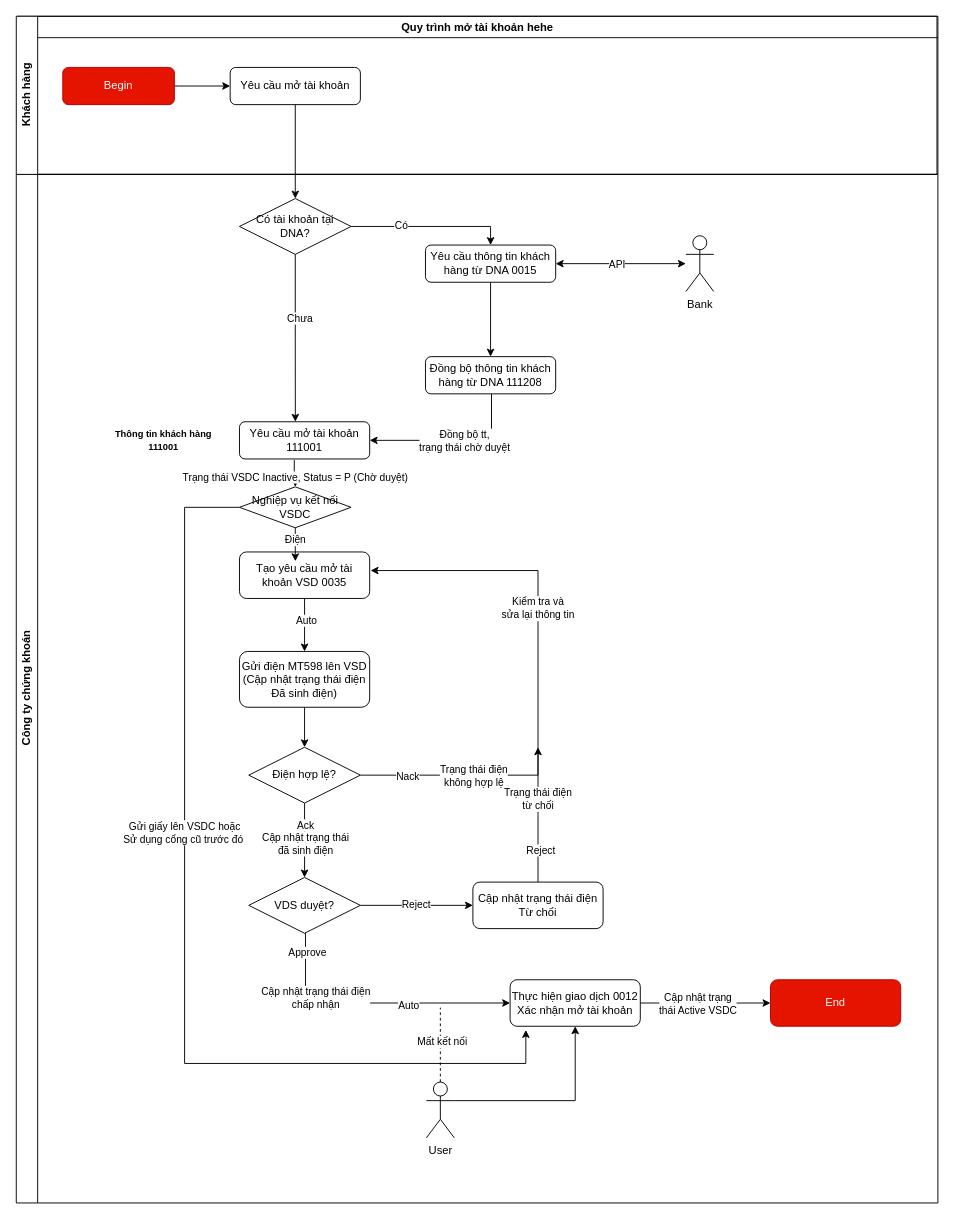
Before: page "Lưu ký chứng khoán" (2 of 5) of resources/diagrams/Quản lý chứng khoán.drawio in luyenhaidangit/flex, a draw.io diagram. Source tidied: cells renumbered, new cells numbered last; positions are measured from the earlier drawing's top-left corner, leaving out a move shared by most shapes. Both pictures are drawn from the tidied source at 93%, with x=0, y=0 at pixel (16, 16).
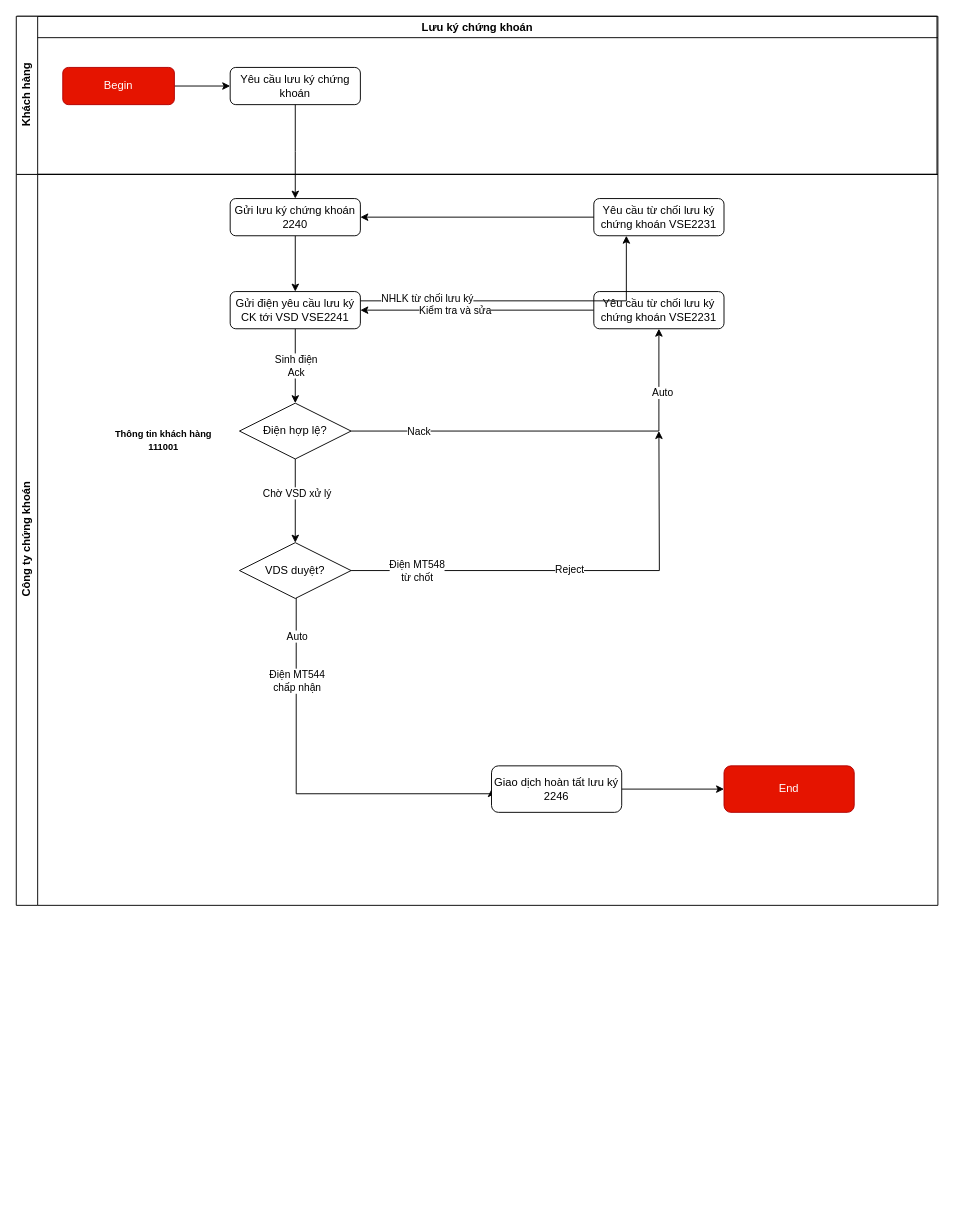
The same diagram, later.

Commit message (it also covers changes not shown here):
Cập nhật Quản lý chứng khoán.drawio

The change refers to these unchanged cells:
```xml
<mxCell id="30" style="edgeStyle=orthogonalEdgeStyle;rounded=0;jettySize=auto;html=1;entryX=0;entryY=0.5;entryDx=0;entryDy=0;" parent="2" edge="1" source="32" target="33">
  <mxGeometry relative="1" as="geometry" />
</mxCell>
<mxCell id="56" value="Khách hàng" style="swimlane;horizontal=0;whiteSpace=wrap;html=1;" parent="55" vertex="1">
  <mxGeometry x="-1" width="990" height="170" as="geometry" />
</mxCell>
```

Change to the diagram source:
```diff
@@
     <mxCell id="2" value="Công ty chứng khoán" style="swimlane;horizontal=0;whiteSpace=wrap;html=1;" parent="1" vertex="1">
-      <mxGeometry y="170" width="991" height="1106" as="geometry" />
+      <mxGeometry y="170" width="991" height="786" as="geometry" />
     </mxCell>
-    <mxCell id="3" style="edgeStyle=orthogonalEdgeStyle;rounded=0;jettySize=auto;html=1;exitX=0.421;exitY=1.025;exitDx=0;exitDy=0;exitPerimeter=0;" parent="2" edge="1" source="5" target="48">
-      <mxGeometry relative="1" as="geometry" />
-    </mxCell>
-    <mxCell id="4" value="Trạng thái VSDC Inactive, Status = P (Chờ duyệt)" style="edgeLabel;html=1;align=center;verticalAlign=middle;" parent="3" vertex="1">
-      <mxGeometry x="0.33" y="-1" relative="1" as="geometry" />
-    </mxCell>
-    <mxCell id="5" value="Yêu cầu mở tài khoản 111001" style="rounded=1;whiteSpace=wrap;html=1;fontSize=12;glass=0;strokeWidth=1;shadow=0;" parent="2" vertex="1">
-      <mxGeometry x="240" y="266" width="140" height="40" as="geometry" />
-    </mxCell>
-    <mxCell id="6" style="edgeStyle=orthogonalEdgeStyle;rounded=0;jettySize=auto;html=1;" parent="2" edge="1" source="8" target="10">
-      <mxGeometry relative="1" as="geometry" />
-    </mxCell>
+    <mxCell id="15" style="edgeStyle=orthogonalEdgeStyle;rounded=0;jettySize=auto;html=1;" parent="2" edge="1" source="18" target="25">
+      <mxGeometry relative="1" as="geometry" />
+    </mxCell>
+    <mxCell id="63" value="Chờ VSD xử lý" style="edgeLabel;html=1;align=center;verticalAlign=middle;" parent="15" vertex="1">
+      <mxGeometry x="-0.2" y="1" relative="1" as="geometry" />
+    </mxCell>
+    <mxCell id="64" style="edgeStyle=orthogonalEdgeStyle;rounded=0;jettySize=auto;html=1;entryX=0.5;entryY=1;entryDx=0;entryDy=0;" parent="2" edge="1" source="18" target="73">
+      <mxGeometry relative="1" as="geometry" />
+    </mxCell>
+    <mxCell id="12" value="Nack" style="edgeLabel;html=1;align=center;verticalAlign=middle;" parent="64" vertex="1">
+      <mxGeometry x="-0.76" y="-2" relative="1" as="geometry">
+        <mxPoint x="19" y="-2" as="offset" />
+      </mxGeometry>
+    </mxCell>
-    <mxCell id="7" value="Auto" style="edgeLabel;html=1;align=center;verticalAlign=middle;" parent="6" vertex="1">
-      <mxGeometry x="-0.2" y="1" relative="1" as="geometry" />
+    <mxCell id="7" value="Auto" style="edgeLabel;html=1;align=center;verticalAlign=middle;" parent="64" vertex="1">
+      <mxGeometry x="0.69" y="-3" relative="1" as="geometry" />
     </mxCell>
-    <mxCell id="8" value="Tạo yêu cầu mở tài khoản VSD 0035" style="rounded=1;whiteSpace=wrap;html=1;fontSize=12;glass=0;strokeWidth=1;shadow=0;" parent="2" vertex="1">
-      <mxGeometry x="240" y="406" width="140" height="50" as="geometry" />
-    </mxCell>
-    <mxCell id="9" style="edgeStyle=orthogonalEdgeStyle;rounded=0;jettySize=auto;html=1;" parent="2" edge="1" source="10" target="18">
-      <mxGeometry relative="1" as="geometry" />
-    </mxCell>
-    <mxCell id="10" value="Gửi điện MT598 lên VSD&lt;br&gt;(Cập nhật trạng thái điện Đã sinh điện)" style="rounded=1;whiteSpace=wrap;html=1;fontSize=12;glass=0;strokeWidth=1;shadow=0;" parent="2" vertex="1">
-      <mxGeometry x="240" y="513" width="140" height="60" as="geometry" />
-    </mxCell>
-    <mxCell id="11" style="edgeStyle=orthogonalEdgeStyle;rounded=0;jettySize=auto;html=1;" parent="2" edge="1" source="18">
-      <mxGeometry relative="1" as="geometry">
-        <mxPoint x="381" y="426" as="targetPoint" />
-        <Array as="points">
-          <mxPoint x="561" y="646" />
-          <mxPoint x="561" y="426" />
-          <mxPoint x="381" y="426" />
-        </Array>
-      </mxGeometry>
-    </mxCell>
-    <mxCell id="12" value="Nack" style="edgeLabel;html=1;align=center;verticalAlign=middle;" parent="11" vertex="1">
-      <mxGeometry x="-0.68" y="-1" relative="1" as="geometry">
-        <mxPoint x="-45" as="offset" />
-      </mxGeometry>
-    </mxCell>
-    <mxCell id="13" value="Kiểm tra và &lt;br&gt;sửa lại thông tin" style="edgeLabel;html=1;align=center;verticalAlign=middle;" parent="11" vertex="1">
-      <mxGeometry x="0.04" y="1" relative="1" as="geometry">
-        <mxPoint y="-64" as="offset" />
-      </mxGeometry>
-    </mxCell>
-    <mxCell id="14" value="Trạng thái điện&lt;br&gt;không hợp lệ" style="edgeLabel;html=1;align=center;verticalAlign=middle;" parent="11" vertex="1">
-      <mxGeometry x="-0.54" relative="1" as="geometry">
-        <mxPoint x="-15" as="offset" />
-      </mxGeometry>
-    </mxCell>
-    <mxCell id="15" style="edgeStyle=orthogonalEdgeStyle;rounded=0;jettySize=auto;html=1;entryX=0.5;entryY=0;entryDx=0;entryDy=0;" parent="2" edge="1" source="18" target="25">
-      <mxGeometry relative="1" as="geometry" />
-    </mxCell>
-    <mxCell id="16" value="Ack" style="edgeLabel;html=1;align=center;verticalAlign=middle;" parent="15" vertex="1">
-      <mxGeometry x="-0.42" relative="1" as="geometry" />
-    </mxCell>
-    <mxCell id="17" value="Cập nhật trạng thái&lt;br&gt;đã sinh điện" style="edgeLabel;html=1;align=center;verticalAlign=middle;" parent="15" vertex="1">
-      <mxGeometry x="0.07" relative="1" as="geometry" />
-    </mxCell>
     <mxCell id="18" value="Điện hợp lệ?" style="rhombus;whiteSpace=wrap;html=1;" parent="2" vertex="1">
-      <mxGeometry x="250" y="616" width="120" height="60" as="geometry" />
+      <mxGeometry x="240" y="246" width="120" height="60" as="geometry" />
     </mxCell>
-    <mxCell id="19" style="edgeStyle=orthogonalEdgeStyle;rounded=0;jettySize=auto;html=1;entryX=0;entryY=0.5;entryDx=0;entryDy=0;" parent="2" edge="1" source="25" target="29">
-      <mxGeometry relative="1" as="geometry" />
+    <mxCell id="19" style="edgeStyle=orthogonalEdgeStyle;rounded=0;jettySize=auto;html=1;" parent="2" edge="1" source="25">
+      <mxGeometry relative="1" as="geometry">
+        <mxPoint x="691" y="276" as="targetPoint" />
+      </mxGeometry>
     </mxCell>
@@
+    <mxCell id="65" value="Điện MT548&lt;br&gt;từ chốt" style="edgeLabel;html=1;align=center;verticalAlign=middle;" parent="19" vertex="1">
+      <mxGeometry x="-0.87" relative="1" as="geometry">
+        <mxPoint x="39" as="offset" />
+      </mxGeometry>
+    </mxCell>
     <mxCell id="21" style="edgeStyle=orthogonalEdgeStyle;rounded=0;jettySize=auto;html=1;entryX=0;entryY=0.5;entryDx=0;entryDy=0;" parent="2" edge="1" source="25" target="32">
       <mxGeometry relative="1" as="geometry">
         <Array as="points">
-          <mxPoint x="311" y="891" />
+          <mxPoint x="301" y="666" />
+          <mxPoint x="511" y="666" />
         </Array>
       </mxGeometry>
     </mxCell>
-    <mxCell id="22" value="Approve" style="edgeLabel;html=1;align=center;verticalAlign=middle;" parent="21" vertex="1">
-      <mxGeometry x="-0.17" y="2" relative="1" as="geometry">
-        <mxPoint x="-46" y="-53" as="offset" />
-      </mxGeometry>
-    </mxCell>
     <mxCell id="23" value="Auto" style="edgeLabel;html=1;align=center;verticalAlign=middle;" parent="21" vertex="1">
       <mxGeometry x="0.52" y="-2" relative="1" as="geometry">
-        <mxPoint x="-39" as="offset" />
+        <mxPoint x="-112" y="-172" as="offset" />
       </mxGeometry>
     </mxCell>
-    <mxCell id="24" value="Cập nhật trạng thái điện&lt;br&gt;chấp nhận" style="edgeLabel;html=1;align=center;verticalAlign=middle;" parent="21" vertex="1">
+    <mxCell id="24" value="Điện MT544&lt;br&gt;chấp nhận" style="edgeLabel;html=1;align=center;verticalAlign=middle;" parent="21" vertex="1">
       <mxGeometry x="-0.66" y="-4" relative="1" as="geometry">
-        <mxPoint x="14" y="20" as="offset" />
+        <mxPoint x="4" y="17" as="offset" />
       </mxGeometry>
     </mxCell>
     <mxCell id="25" value="VDS duyệt?" style="rhombus;whiteSpace=wrap;html=1;" parent="2" vertex="1">
-      <mxGeometry x="250" y="756" width="120" height="60" as="geometry" />
+      <mxGeometry x="240" y="396" width="120" height="60" as="geometry" />
     </mxCell>
-    <mxCell id="26" style="edgeStyle=orthogonalEdgeStyle;rounded=0;jettySize=auto;html=1;" parent="2" edge="1" source="29">
-      <mxGeometry relative="1" as="geometry">
-        <mxPoint x="561" y="616" as="targetPoint" />
-      </mxGeometry>
-    </mxCell>
-    <mxCell id="27" value="Reject" style="edgeLabel;html=1;align=center;verticalAlign=middle;" parent="26" vertex="1">
-      <mxGeometry x="-0.11" y="-2" relative="1" as="geometry">
-        <mxPoint y="30" as="offset" />
-      </mxGeometry>
-    </mxCell>
-    <mxCell id="28" value="Trạng thái điện&lt;br&gt;từ chối" style="edgeLabel;html=1;align=center;verticalAlign=middle;" parent="26" vertex="1">
-      <mxGeometry x="0.24" y="1" relative="1" as="geometry" />
-    </mxCell>
-    <mxCell id="29" value="Cập nhật trạng thái điện&lt;br&gt;Từ chối" style="rounded=1;whiteSpace=wrap;html=1;fontSize=12;glass=0;strokeWidth=1;shadow=0;" parent="2" vertex="1">
-      <mxGeometry x="491" y="761" width="140" height="50" as="geometry" />
-    </mxCell>
@@
-    <mxCell id="31" value="Cập nhật trạng&lt;br&gt;thái Active VSDC" style="edgeLabel;html=1;align=center;verticalAlign=middle;" parent="30" vertex="1">
-      <mxGeometry x="-0.13" relative="1" as="geometry" />
-    </mxCell>
-    <mxCell id="32" value="Thực hiện giao dịch 0012&lt;br&gt;Xác nhận mở tài khoản" style="rounded=1;whiteSpace=wrap;html=1;fontSize=12;glass=0;strokeWidth=1;shadow=0;" parent="2" vertex="1">
-      <mxGeometry x="531" y="866" width="140" height="50" as="geometry" />
+    <mxCell id="32" value="Giao dịch hoàn tất lưu ký&lt;br&gt;2246" style="rounded=1;whiteSpace=wrap;html=1;fontSize=12;glass=0;strokeWidth=1;shadow=0;" parent="2" vertex="1">
+      <mxGeometry x="511" y="636" width="140" height="50" as="geometry" />
     </mxCell>
     <mxCell id="33" value="End" style="rounded=1;whiteSpace=wrap;html=1;fontSize=12;glass=0;strokeWidth=1;shadow=0;fillColor=#e51400;fontColor=#ffffff;strokeColor=#B20000;" parent="2" vertex="1">
-      <mxGeometry x="811" y="866" width="140" height="50" as="geometry" />
+      <mxGeometry x="761" y="636" width="140" height="50" as="geometry" />
     </mxCell>
-    <mxCell id="34" style="edgeStyle=orthogonalEdgeStyle;rounded=0;jettySize=auto;html=1;entryX=0.5;entryY=0;entryDx=0;entryDy=0;" parent="2" edge="1" source="36" target="38">
-      <mxGeometry relative="1" as="geometry" />
-    </mxCell>
-    <mxCell id="35" value="Có" style="edgeLabel;html=1;align=center;verticalAlign=middle;" parent="34" vertex="1">
-      <mxGeometry x="-0.38" y="2" relative="1" as="geometry" />
-    </mxCell>
-    <mxCell id="36" value="Có tài khoản tại DNA?" style="rhombus;whiteSpace=wrap;html=1;" parent="2" vertex="1">
-      <mxGeometry x="240" y="26" width="120" height="60" as="geometry" />
-    </mxCell>
-    <mxCell id="37" style="edgeStyle=orthogonalEdgeStyle;rounded=0;jettySize=auto;html=1;entryX=0.5;entryY=0;entryDx=0;entryDy=0;" parent="2" edge="1" source="38" target="43">
-      <mxGeometry relative="1" as="geometry" />
-    </mxCell>
-    <mxCell id="38" value="Yêu cầu thông tin khách hàng từ DNA 0015" style="rounded=1;whiteSpace=wrap;html=1;fontSize=12;glass=0;strokeWidth=1;shadow=0;" parent="2" vertex="1">
-      <mxGeometry x="440" y="76" width="140" height="40" as="geometry" />
-    </mxCell>
-    <mxCell id="39" style="edgeStyle=orthogonalEdgeStyle;rounded=0;jettySize=auto;html=1;entryX=0.429;entryY=0;entryDx=0;entryDy=0;entryPerimeter=0;" parent="2" edge="1" source="36" target="5">
-      <mxGeometry relative="1" as="geometry" />
-    </mxCell>
-    <mxCell id="40" value="Chưa" style="edgeLabel;html=1;align=center;verticalAlign=middle;" parent="39" vertex="1">
-      <mxGeometry x="-0.24" y="4" relative="1" as="geometry" />
-    </mxCell>
-    <mxCell id="41" style="edgeStyle=orthogonalEdgeStyle;rounded=0;jettySize=auto;html=1;entryX=1;entryY=0.5;entryDx=0;entryDy=0;" parent="2" edge="1" source="43" target="5">
-      <mxGeometry relative="1" as="geometry">
-        <Array as="points">
-          <mxPoint x="511" y="286" />
-        </Array>
-      </mxGeometry>
-    </mxCell>
-    <mxCell id="42" value="Đồng bộ tt, &lt;br&gt;trạng thái chờ duyệt" style="edgeLabel;html=1;align=center;verticalAlign=middle;" parent="41" vertex="1">
-      <mxGeometry x="-0.12" relative="1" as="geometry" />
-    </mxCell>
-    <mxCell id="43" value="Đồng bộ thông tin khách hàng từ DNA 111208" style="rounded=1;whiteSpace=wrap;html=1;fontSize=12;glass=0;strokeWidth=1;shadow=0;" parent="2" vertex="1">
-      <mxGeometry x="440" y="196" width="140" height="40" as="geometry" />
-    </mxCell>
-    <mxCell id="44" value="Bank" style="shape=umlActor;verticalLabelPosition=bottom;verticalAlign=top;html=1;outlineConnect=0;" parent="2" vertex="1">
-      <mxGeometry x="720" y="66" width="30" height="60" as="geometry" />
-    </mxCell>
-    <mxCell id="45" style="endArrow=classic;startArrow=classic;html=1;rounded=0;exitX=1;exitY=0.5;exitDx=0;exitDy=0;" parent="2" edge="1" source="38" target="44">
-      <mxGeometry relative="1" as="geometry" />
-    </mxCell>
-    <mxCell id="46" value="API" style="edgeLabel;html=1;align=center;verticalAlign=middle;" parent="45" vertex="1">
-      <mxGeometry x="-0.07" relative="1" as="geometry" />
-    </mxCell>
@@
-    <mxCell id="48" value="Nghiệp vụ kết nối VSDC" style="rhombus;whiteSpace=wrap;html=1;" parent="2" vertex="1">
-      <mxGeometry x="240" y="336" width="120" height="44" as="geometry" />
-    </mxCell>
-    <mxCell id="49" style="edgeStyle=orthogonalEdgeStyle;rounded=0;jettySize=auto;html=1;entryX=0.429;entryY=0.2;entryDx=0;entryDy=0;entryPerimeter=0;" parent="2" edge="1" source="48" target="8">
-      <mxGeometry relative="1" as="geometry" />
-    </mxCell>
-    <mxCell id="50" value="Điện" style="edgeLabel;html=1;align=center;verticalAlign=middle;" parent="49" vertex="1">
-      <mxGeometry x="-0.39" y="-1" relative="1" as="geometry">
-        <mxPoint y="1" as="offset" />
-      </mxGeometry>
-    </mxCell>
-    <mxCell id="51" style="edgeStyle=orthogonalEdgeStyle;rounded=0;jettySize=auto;html=1;entryX=0.121;entryY=1.08;entryDx=0;entryDy=0;entryPerimeter=0;exitX=0;exitY=0.5;exitDx=0;exitDy=0;" parent="2" edge="1" source="48" target="32">
-      <mxGeometry relative="1" as="geometry">
-        <Array as="points">
-          <mxPoint x="181" y="358" />
-          <mxPoint x="181" y="956" />
-          <mxPoint x="548" y="956" />
-        </Array>
-      </mxGeometry>
-    </mxCell>
-    <mxCell id="52" value="Gửi giấy lên VSDC hoặc&lt;br&gt;Sử dụng cổng cũ trước đó&amp;nbsp;" style="edgeLabel;html=1;align=center;verticalAlign=middle;" parent="51" vertex="1">
-      <mxGeometry x="-0.23" y="-1" relative="1" as="geometry" />
-    </mxCell>
-    <mxCell id="53" value="User" style="shape=umlActor;verticalLabelPosition=bottom;verticalAlign=top;html=1;outlineConnect=0;" parent="2" vertex="1">
-      <mxGeometry x="441" y="976" width="30" height="60" as="geometry" />
-    </mxCell>
-    <mxCell id="54" style="endArrow=classic;html=1;rounded=0;entryX=0.5;entryY=1;entryDx=0;entryDy=0;exitX=1;exitY=0.3333333333333333;exitDx=0;exitDy=0;exitPerimeter=0;" parent="2" edge="1" source="53" target="32">
-      <mxGeometry relative="1" as="geometry">
-        <Array as="points">
-          <mxPoint x="601" y="996" />
-        </Array>
-      </mxGeometry>
-    </mxCell>
+    <mxCell id="66" style="edgeStyle=orthogonalEdgeStyle;rounded=0;jettySize=auto;html=1;" parent="2" edge="1" source="67" target="70">
+      <mxGeometry relative="1" as="geometry" />
+    </mxCell>
+    <mxCell id="67" value="Gửi lưu ký chứng khoán 2240" style="rounded=1;whiteSpace=wrap;html=1;fontSize=12;glass=0;strokeWidth=1;shadow=0;" parent="2" vertex="1">
+      <mxGeometry x="230" y="26" width="140" height="40" as="geometry" />
+    </mxCell>
+    <mxCell id="68" style="edgeStyle=orthogonalEdgeStyle;rounded=0;jettySize=auto;html=1;entryX=0.5;entryY=0;entryDx=0;entryDy=0;" parent="2" edge="1" source="70" target="18">
+      <mxGeometry relative="1" as="geometry" />
+    </mxCell>
+    <mxCell id="69" value="Sinh điện&lt;br&gt;Ack" style="edgeLabel;html=1;align=center;verticalAlign=middle;" parent="68" vertex="1">
+      <mxGeometry x="-0.03" relative="1" as="geometry" />
+    </mxCell>
+    <mxCell id="70" value="Gửi điện yêu cầu lưu ký CK tới VSD VSE2241" style="rounded=1;whiteSpace=wrap;html=1;fontSize=12;glass=0;strokeWidth=1;shadow=0;" parent="2" vertex="1">
+      <mxGeometry x="230" y="126" width="140" height="40" as="geometry" />
+    </mxCell>
+    <mxCell id="71" style="edgeStyle=orthogonalEdgeStyle;rounded=0;jettySize=auto;html=1;entryX=1;entryY=0.5;entryDx=0;entryDy=0;" parent="2" edge="1" source="73" target="70">
+      <mxGeometry relative="1" as="geometry" />
+    </mxCell>
+    <mxCell id="72" value="Kiểm tra và sửa" style="edgeLabel;html=1;align=center;verticalAlign=middle;" parent="71" vertex="1">
+      <mxGeometry x="0.32" y="3" relative="1" as="geometry">
+        <mxPoint x="16" y="-3" as="offset" />
+      </mxGeometry>
+    </mxCell>
+    <mxCell id="73" value="Yêu cầu từ chối lưu ký chứng khoán VSE2231" style="rounded=1;whiteSpace=wrap;html=1;fontSize=12;glass=0;strokeWidth=1;shadow=0;" parent="2" vertex="1">
+      <mxGeometry x="621" y="126" width="140" height="40" as="geometry" />
+    </mxCell>
+    <mxCell id="74" value="Yêu cầu từ chối lưu ký chứng khoán VSE2231" style="rounded=1;whiteSpace=wrap;html=1;fontSize=12;glass=0;strokeWidth=1;shadow=0;" parent="2" vertex="1">
+      <mxGeometry x="621" y="26" width="140" height="40" as="geometry" />
+    </mxCell>
+    <mxCell id="75" style="endArrow=classic;html=1;rounded=0;exitX=1;exitY=0.25;exitDx=0;exitDy=0;entryX=0.25;entryY=1;entryDx=0;entryDy=0;" parent="2" edge="1" source="70" target="74">
+      <mxGeometry relative="1" as="geometry">
+        <Array as="points">
+          <mxPoint x="656" y="136" />
+        </Array>
+      </mxGeometry>
+    </mxCell>
+    <mxCell id="76" value="NHLK từ chối lưu ký" style="edgeLabel;html=1;align=center;verticalAlign=middle;" parent="75" vertex="1">
+      <mxGeometry x="-0.6" y="3" relative="1" as="geometry" />
+    </mxCell>
+    <mxCell id="77" style="endArrow=classic;html=1;rounded=0;exitX=0;exitY=0.5;exitDx=0;exitDy=0;entryX=1;entryY=0.5;entryDx=0;entryDy=0;" parent="2" edge="1" source="74" target="67">
+      <mxGeometry relative="1" as="geometry" />
+    </mxCell>
-    <mxCell id="55" value="Quy trình mở tài khoản hehe" style="swimlane;whiteSpace=wrap;html=1;startSize=23;" parent="1" vertex="1">
+    <mxCell id="55" value="Lưu ký chứng khoán" style="swimlane;whiteSpace=wrap;html=1;startSize=23;" parent="1" vertex="1">
       <mxGeometry x="1" width="990" height="170" as="geometry" />
     </mxCell>
@@
-    <mxCell id="59" value="Yêu cầu mở tài khoản" style="rounded=1;whiteSpace=wrap;html=1;fontSize=12;glass=0;strokeWidth=1;shadow=0;" parent="56" vertex="1">
+    <mxCell id="59" value="Yêu cầu lưu ký chứng khoán" style="rounded=1;whiteSpace=wrap;html=1;fontSize=12;glass=0;strokeWidth=1;shadow=0;" parent="56" vertex="1">
       <mxGeometry x="230" y="55" width="140" height="40" as="geometry" />
     </mxCell>
-    <mxCell id="60" style="edgeStyle=orthogonalEdgeStyle;rounded=0;jettySize=auto;html=1;entryX=0.5;entryY=0;entryDx=0;entryDy=0;" parent="1" edge="1" source="59" target="36">
-      <mxGeometry relative="1" as="geometry" />
+    <mxCell id="60" style="edgeStyle=orthogonalEdgeStyle;rounded=0;jettySize=auto;html=1;entryX=0.5;entryY=0;entryDx=0;entryDy=0;" parent="1" edge="1" source="59">
+      <mxGeometry relative="1" as="geometry">
+        <mxPoint x="300" y="196" as="targetPoint" />
+      </mxGeometry>
     </mxCell>
-    <mxCell id="61" style="endArrow=none;dashed=1;html=1;rounded=0;exitX=0.5;exitY=0;exitDx=0;exitDy=0;exitPerimeter=0;" parent="1" edge="1" source="53">
-      <mxGeometry relative="1" as="geometry">
-        <mxPoint x="456" y="1066" as="targetPoint" />
-      </mxGeometry>
-    </mxCell>
-    <mxCell id="62" value="Mất kết nối" style="edgeLabel;html=1;align=center;verticalAlign=middle;" parent="61" vertex="1">
-      <mxGeometry x="0.1" y="-1" relative="1" as="geometry" />
-    </mxCell>
```
